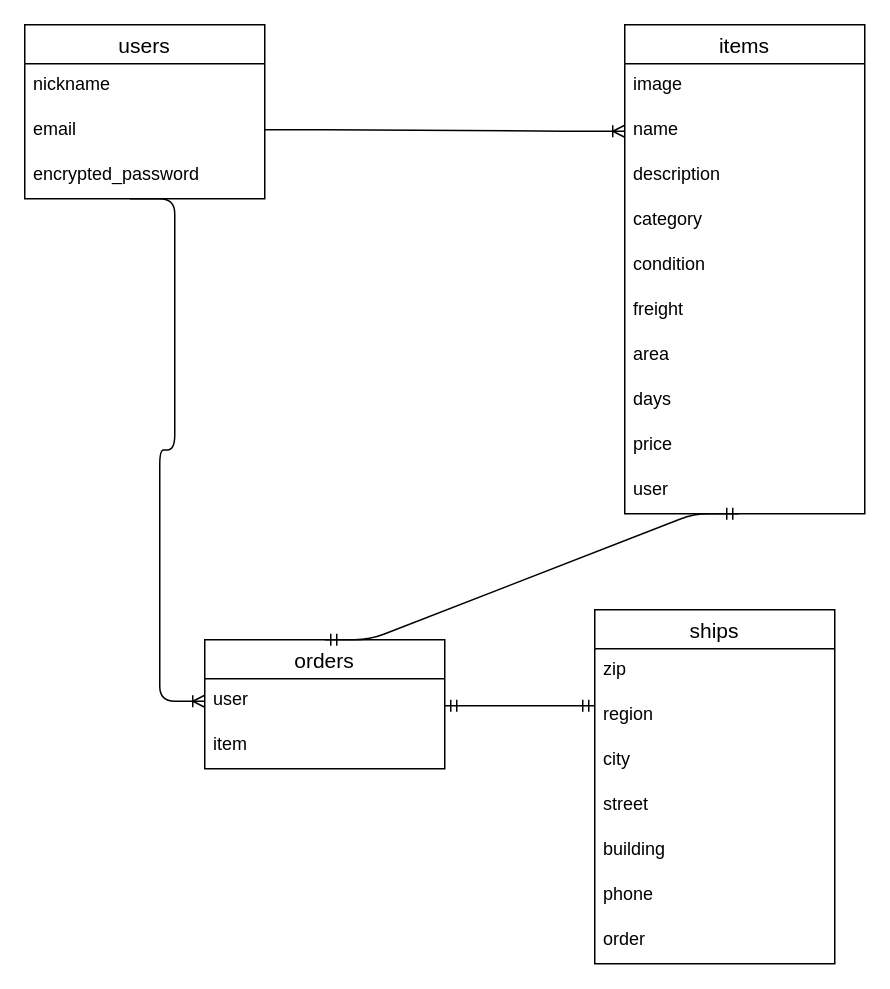
This is furima.dio from suzuki0112/furima-37154, a draw.io file, before an edit. Source tidied: cells renumbered, new cells numbered last; positions are measured from the earlier drawing's top-left corner, leaving out a move shared by most shapes. Both pictures are drawn from the tidied source at 150%, with x=0, y=0 at pixel (24, 24).
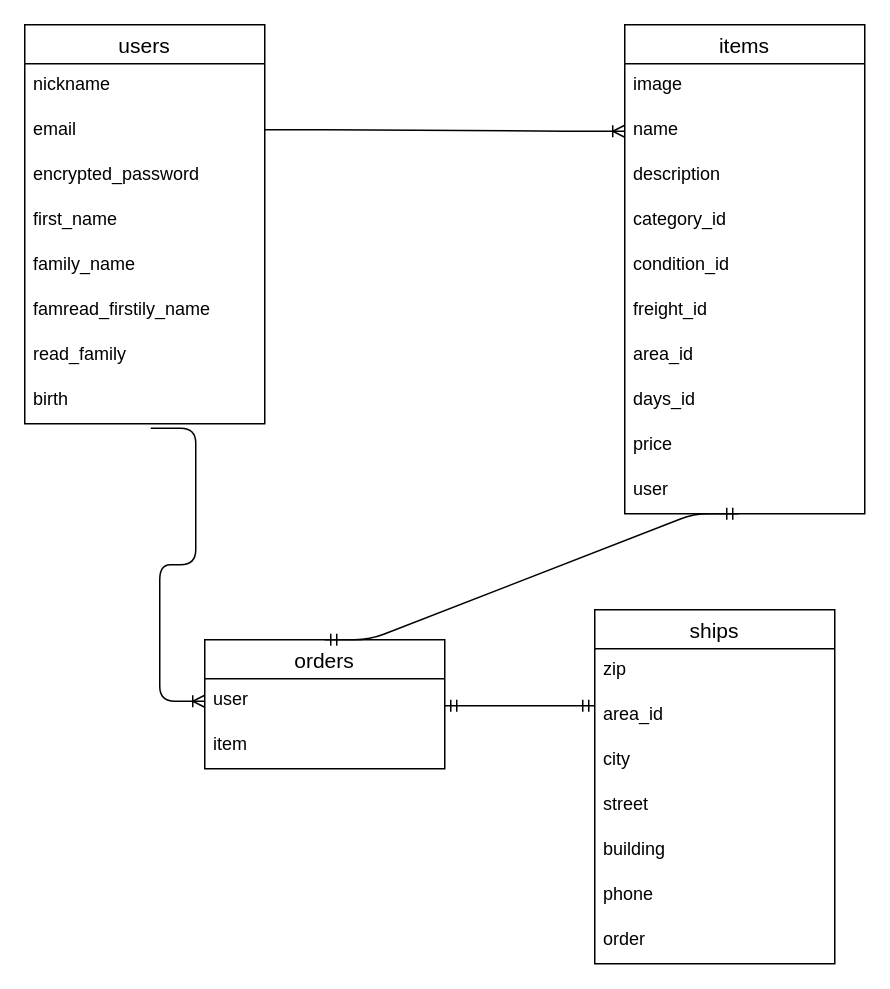
Above is the later version.

Unchanged cells that the change refers to:
```xml
<mxCell id="6" value="items" style="swimlane;fontStyle=0;horizontal=1;startSize=26;align=center;fontSize=14;" parent="1" vertex="1">
  <mxGeometry x="400" width="160" height="326" as="geometry" />
</mxCell>
<mxCell id="18" value="user" style="text;strokeColor=none;fillColor=none;spacingLeft=4;spacingRight=4;overflow=hidden;points=[[0,0.5],[1,0.5]];portConstraint=eastwest;fontSize=12;" parent="17" vertex="1">
  <mxGeometry y="26" width="160" height="30" as="geometry" />
</mxCell>
<mxCell id="24" value="ships" style="swimlane;fontStyle=0;horizontal=1;startSize=26;align=center;fontSize=14;" parent="1" vertex="1">
  <mxGeometry x="380" y="390" width="160" height="236" as="geometry" />
</mxCell>
```

Diff of the diagram source:
```diff
@@
     <mxCell id="2" value="users" style="swimlane;fontStyle=0;horizontal=1;startSize=26;align=center;fontSize=14;" parent="1" vertex="1">
-      <mxGeometry width="160" height="116" as="geometry" />
+      <mxGeometry width="160" height="266" as="geometry" />
     </mxCell>
@@
+    <mxCell id="32" value="first_name" style="text;strokeColor=none;fillColor=none;spacingLeft=4;spacingRight=4;overflow=hidden;fontSize=12;" parent="2" vertex="1">
+      <mxGeometry y="116" width="160" height="30" as="geometry" />
+    </mxCell>
+    <mxCell id="33" value="family_name " style="text;strokeColor=none;fillColor=none;spacingLeft=4;spacingRight=4;overflow=hidden;fontSize=12;" parent="2" vertex="1">
+      <mxGeometry y="146" width="160" height="30" as="geometry" />
+    </mxCell>
+    <mxCell id="34" value="famread_firstily_name" style="text;strokeColor=none;fillColor=none;spacingLeft=4;spacingRight=4;overflow=hidden;fontSize=12;" parent="2" vertex="1">
+      <mxGeometry y="176" width="160" height="30" as="geometry" />
+    </mxCell>
+    <mxCell id="35" value="read_family " style="text;strokeColor=none;fillColor=none;spacingLeft=4;spacingRight=4;overflow=hidden;fontSize=12;" parent="2" vertex="1">
+      <mxGeometry y="206" width="160" height="30" as="geometry" />
+    </mxCell>
+    <mxCell id="36" value="birth" style="text;strokeColor=none;fillColor=none;spacingLeft=4;spacingRight=4;overflow=hidden;points=[[0,0.5],[1,0.5]];portConstraint=eastwest;fontSize=12;" parent="2" vertex="1">
+      <mxGeometry y="236" width="160" height="30" as="geometry" />
+    </mxCell>
@@
-    <mxCell id="10" value="category" style="text;strokeColor=none;fillColor=none;spacingLeft=4;spacingRight=4;overflow=hidden;fontSize=12;" parent="6" vertex="1">
+    <mxCell id="10" value="category_id" style="text;strokeColor=none;fillColor=none;spacingLeft=4;spacingRight=4;overflow=hidden;fontSize=12;" parent="6" vertex="1">
       <mxGeometry y="116" width="160" height="30" as="geometry" />
     </mxCell>
-    <mxCell id="11" value="condition " style="text;strokeColor=none;fillColor=none;spacingLeft=4;spacingRight=4;overflow=hidden;fontSize=12;" parent="6" vertex="1">
+    <mxCell id="11" value="condition_id" style="text;strokeColor=none;fillColor=none;spacingLeft=4;spacingRight=4;overflow=hidden;fontSize=12;" parent="6" vertex="1">
       <mxGeometry y="146" width="160" height="30" as="geometry" />
     </mxCell>
-    <mxCell id="12" value="freight" style="text;strokeColor=none;fillColor=none;spacingLeft=4;spacingRight=4;overflow=hidden;fontSize=12;" parent="6" vertex="1">
+    <mxCell id="12" value="freight_id" style="text;strokeColor=none;fillColor=none;spacingLeft=4;spacingRight=4;overflow=hidden;fontSize=12;" parent="6" vertex="1">
       <mxGeometry y="176" width="160" height="30" as="geometry" />
     </mxCell>
-    <mxCell id="13" value="area" style="text;strokeColor=none;fillColor=none;spacingLeft=4;spacingRight=4;overflow=hidden;fontSize=12;" parent="6" vertex="1">
+    <mxCell id="13" value="area_id" style="text;strokeColor=none;fillColor=none;spacingLeft=4;spacingRight=4;overflow=hidden;fontSize=12;" parent="6" vertex="1">
       <mxGeometry y="206" width="160" height="30" as="geometry" />
     </mxCell>
-    <mxCell id="14" value="days" style="text;strokeColor=none;fillColor=none;spacingLeft=4;spacingRight=4;overflow=hidden;fontSize=12;" parent="6" vertex="1">
+    <mxCell id="14" value="days_id" style="text;strokeColor=none;fillColor=none;spacingLeft=4;spacingRight=4;overflow=hidden;fontSize=12;" parent="6" vertex="1">
       <mxGeometry y="236" width="160" height="30" as="geometry" />
     </mxCell>
@@
-    <mxCell id="22" style="edgeStyle=entityRelationEdgeStyle;fontSize=12;html=1;endArrow=ERoneToMany;entryX=0;entryY=0.5;entryDx=0;entryDy=0;" parent="1" edge="1" target="18">
-      <mxGeometry relative="1" as="geometry">
-        <mxPoint x="70" y="116" as="sourcePoint" />
-      </mxGeometry>
+    <mxCell id="22" style="edgeStyle=entityRelationEdgeStyle;fontSize=12;html=1;endArrow=ERoneToMany;entryX=0;entryY=0.5;entryDx=0;entryDy=0;exitX=0.525;exitY=1.1;exitDx=0;exitDy=0;exitPerimeter=0;" parent="1" edge="1" source="36" target="18">
+      <mxGeometry relative="1" as="geometry" />
     </mxCell>
@@
-    <mxCell id="26" value="region" style="text;strokeColor=none;fillColor=none;spacingLeft=4;spacingRight=4;overflow=hidden;fontSize=12;" parent="24" vertex="1">
+    <mxCell id="26" value="area_id  " style="text;strokeColor=none;fillColor=none;spacingLeft=4;spacingRight=4;overflow=hidden;fontSize=12;" parent="24" vertex="1">
       <mxGeometry y="56" width="160" height="30" as="geometry" />
     </mxCell>
```
